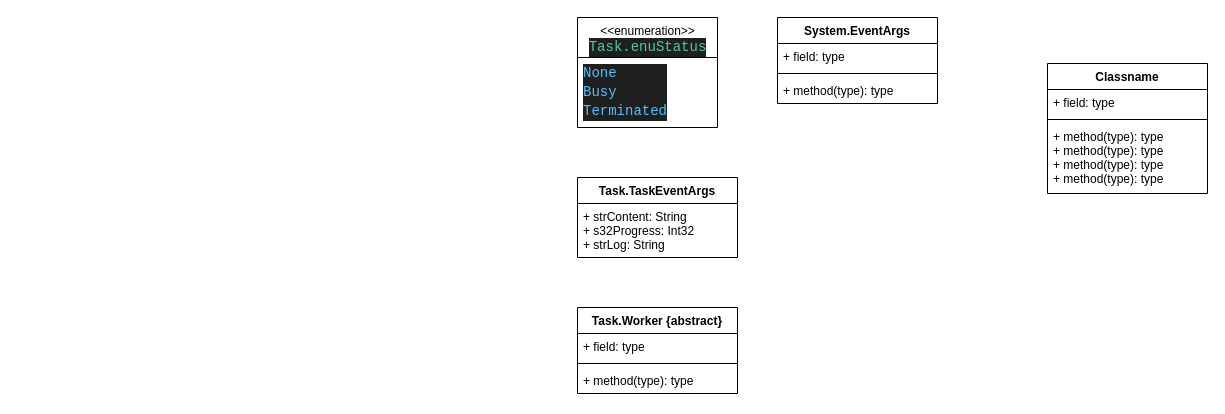
Before: page "Page-1" (1 of 2) of _doc/UML/ClassDiagram.drawio in gtuja/WPF, a draw.io diagram. Source tidied: cells renumbered, new cells numbered last; positions are measured from the earlier drawing's top-left corner, leaving out a move shared by most shapes. Both pictures are drawn from the tidied source at 100%, with x=0, y=0 at pixel (577, 17).
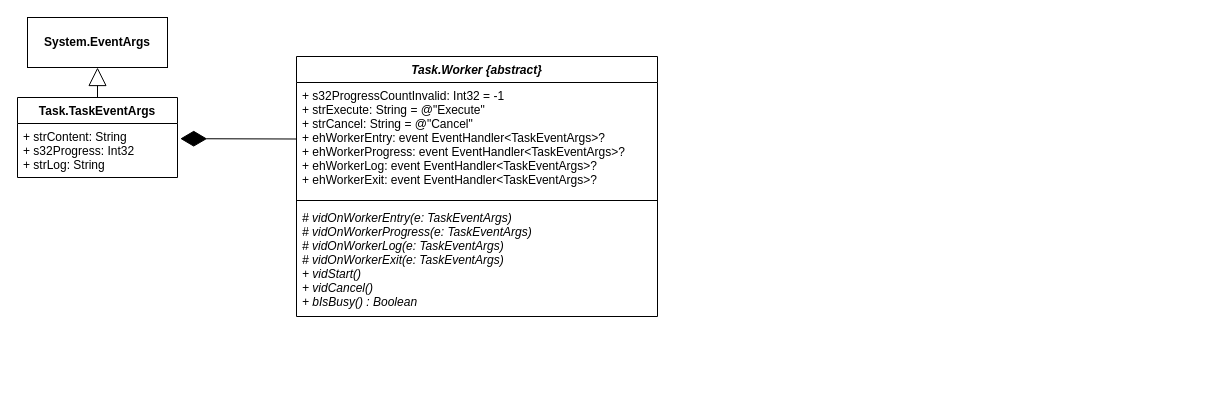
The same page after the edit.

Commit message (it also covers changes not shown here):
[Issue002] Modified Task classes according to ClassDiagram.drawio.

What changed in the source:
```diff
@@
 <mxGraphModel>
   <root>
     <mxCell id="0" />
     <mxCell id="1" parent="0" />
     <mxCell id="2" value="Task.TaskEventArgs" style="swimlane;fontStyle=1;align=center;verticalAlign=top;horizontal=1;startSize=26;" parent="1" vertex="1">
-      <mxGeometry y="160" width="160" height="80" as="geometry" />
+      <mxGeometry x="-560" y="80" width="160" height="80" as="geometry" />
     </mxCell>
     <mxCell id="3" value="+ strContent: String&#10;+ s32Progress: Int32&#10;+ strLog: String" style="text;strokeColor=none;fillColor=none;align=left;verticalAlign=top;spacingLeft=4;spacingRight=4;overflow=hidden;points=[[0,0.5],[1,0.5]];portConstraint=eastwest;" parent="2" vertex="1">
       <mxGeometry y="26" width="160" height="54" as="geometry" />
     </mxCell>
-    <mxCell id="4" value="Classname" style="swimlane;fontStyle=1;align=center;verticalAlign=top;horizontal=1;startSize=26;" parent="1" vertex="1">
-      <mxGeometry x="470" y="46" width="160" height="130" as="geometry" />
-    </mxCell>
-    <mxCell id="5" value="+ field: type" style="text;strokeColor=none;fillColor=none;align=left;verticalAlign=top;spacingLeft=4;spacingRight=4;overflow=hidden;" parent="4" vertex="1">
-      <mxGeometry y="26" width="160" height="26" as="geometry" />
-    </mxCell>
-    <mxCell id="6" style="line;strokeWidth=1;fillColor=none;align=left;verticalAlign=middle;spacingTop=-1;spacingLeft=3;spacingRight=3;labelPosition=right;strokeColor=inherit;" parent="4" vertex="1">
-      <mxGeometry y="52" width="160" height="8" as="geometry" />
-    </mxCell>
-    <mxCell id="7" value="+ method(type): type&#10;+ method(type): type&#10;+ method(type): type&#10;+ method(type): type" style="text;strokeColor=none;fillColor=none;align=left;verticalAlign=top;spacingLeft=4;spacingRight=4;overflow=hidden;" parent="4" vertex="1">
-      <mxGeometry y="60" width="160" height="70" as="geometry" />
-    </mxCell>
-    <mxCell id="8" value="&amp;lt;&amp;lt;enumeration&amp;gt;&amp;gt;&lt;br&gt;&lt;div style=&quot;color: rgb(204, 204, 204); background-color: rgb(31, 31, 31); font-family: Consolas, &amp;quot;Courier New&amp;quot;, monospace; font-size: 14px; line-height: 19px;&quot;&gt;&lt;span style=&quot;color: #4ec9b0;&quot;&gt;Task.enuStatus&lt;/span&gt;&lt;/div&gt;" style="swimlane;fontStyle=0;align=center;verticalAlign=top;horizontal=1;startSize=40;html=1;" parent="1" vertex="1">
-      <mxGeometry width="140" height="110" as="geometry" />
-    </mxCell>
-    <mxCell id="9" value="&lt;div style=&quot;color: rgb(204, 204, 204); background-color: rgb(31, 31, 31); font-family: Consolas, &amp;quot;Courier New&amp;quot;, monospace; font-size: 14px; line-height: 19px;&quot;&gt;&lt;span style=&quot;color: #4fc1ff;&quot;&gt;None&lt;/span&gt;&lt;/div&gt;&lt;div style=&quot;color: rgb(204, 204, 204); background-color: rgb(31, 31, 31); font-family: Consolas, &amp;quot;Courier New&amp;quot;, monospace; font-size: 14px; line-height: 19px;&quot;&gt;&lt;div style=&quot;line-height: 19px;&quot;&gt;&lt;span style=&quot;color: #4fc1ff;&quot;&gt;Busy&lt;/span&gt;&lt;/div&gt;&lt;div style=&quot;line-height: 19px;&quot;&gt;&lt;div style=&quot;line-height: 19px;&quot;&gt;&lt;span style=&quot;color: #4fc1ff;&quot;&gt;Terminated&lt;/span&gt;&lt;/div&gt;&lt;/div&gt;&lt;/div&gt;" style="text;html=1;strokeColor=none;fillColor=none;align=left;verticalAlign=middle;spacingLeft=4;spacingRight=4;overflow=hidden;" parent="8" vertex="1">
-      <mxGeometry y="40" width="140" height="70" as="geometry" />
-    </mxCell>
-    <mxCell id="10" value="Task.Worker {abstract}" style="swimlane;fontStyle=1;align=center;verticalAlign=top;horizontal=1;startSize=26;" parent="1" vertex="1">
-      <mxGeometry y="290" width="160" height="86" as="geometry" />
+    <mxCell id="10" value="Task.Worker {abstract}" style="swimlane;fontStyle=3;align=center;verticalAlign=top;horizontal=1;startSize=26;" parent="1" vertex="1">
+      <mxGeometry x="-281" y="39" width="361" height="260" as="geometry" />
     </mxCell>
-    <mxCell id="11" value="+ field: type" style="text;strokeColor=none;fillColor=none;align=left;verticalAlign=top;spacingLeft=4;spacingRight=4;overflow=hidden;points=[[0,0.5],[1,0.5]];portConstraint=eastwest;" parent="10" vertex="1">
-      <mxGeometry y="26" width="160" height="26" as="geometry" />
+    <mxCell id="11" value="+ s32ProgressCountInvalid: Int32 = -1&#10;+ strExecute: String = @&quot;Execute&quot;&#10;+ strCancel: String = @&quot;Cancel&quot;&#10;+ ehWorkerEntry: event EventHandler&lt;TaskEventArgs&gt;?&#10;+ ehWorkerProgress: event EventHandler&lt;TaskEventArgs&gt;?&#10;+ ehWorkerLog: event EventHandler&lt;TaskEventArgs&gt;?&#10;+ ehWorkerExit: event EventHandler&lt;TaskEventArgs&gt;?" style="text;strokeColor=none;fillColor=none;align=left;verticalAlign=top;spacingLeft=4;spacingRight=4;overflow=hidden;points=[[0,0.5],[1,0.5]];portConstraint=eastwest;fontStyle=0;" parent="10" vertex="1">
+      <mxGeometry y="26" width="361" height="114" as="geometry" />
     </mxCell>
     <mxCell id="12" style="line;strokeWidth=1;fillColor=none;align=left;verticalAlign=middle;spacingTop=-1;spacingLeft=3;spacingRight=3;labelPosition=right;strokeColor=inherit;" parent="10" vertex="1">
-      <mxGeometry y="52" width="160" height="8" as="geometry" />
+      <mxGeometry y="140" width="361" height="8" as="geometry" />
     </mxCell>
-    <mxCell id="13" value="+ method(type): type" style="text;strokeColor=none;fillColor=none;align=left;verticalAlign=top;spacingLeft=4;spacingRight=4;overflow=hidden;" parent="10" vertex="1">
-      <mxGeometry y="60" width="160" height="26" as="geometry" />
+    <mxCell id="13" value="# vidOnWorkerEntry(e: TaskEventArgs)&#10;# vidOnWorkerProgress(e: TaskEventArgs)&#10;# vidOnWorkerLog(e: TaskEventArgs)&#10;# vidOnWorkerExit(e: TaskEventArgs)&#10;+ vidStart()&#10;+ vidCancel()&#10;+ bIsBusy() : Boolean" style="text;strokeColor=none;fillColor=none;align=left;verticalAlign=top;spacingLeft=4;spacingRight=4;overflow=hidden;fontStyle=2;" parent="10" vertex="1">
+      <mxGeometry y="148" width="361" height="112" as="geometry" />
     </mxCell>
-    <mxCell id="14" value="System.EventArgs" style="swimlane;fontStyle=1;align=center;verticalAlign=top;horizontal=1;startSize=26;" parent="1" vertex="1">
-      <mxGeometry x="200" width="160" height="86" as="geometry" />
+    <mxCell id="14" value="&lt;p style=&quot;margin:0px;margin-top:4px;text-align:center;&quot;&gt;&lt;br&gt;&lt;b&gt;System.EventArgs&lt;/b&gt;&lt;/p&gt;" style="verticalAlign=top;align=left;overflow=fill;fontSize=12;fontFamily=Helvetica;html=1;" parent="1" vertex="1">
+      <mxGeometry x="-550" width="140" height="50" as="geometry" />
     </mxCell>
-    <mxCell id="15" value="+ field: type" style="text;strokeColor=none;fillColor=none;align=left;verticalAlign=top;spacingLeft=4;spacingRight=4;overflow=hidden;" parent="14" vertex="1">
-      <mxGeometry y="26" width="160" height="26" as="geometry" />
-    </mxCell>
-    <mxCell id="16" style="line;strokeWidth=1;fillColor=none;align=left;verticalAlign=middle;spacingTop=-1;spacingLeft=3;spacingRight=3;labelPosition=right;strokeColor=inherit;" parent="14" vertex="1">
-      <mxGeometry y="52" width="160" height="8" as="geometry" />
-    </mxCell>
-    <mxCell id="17" value="+ method(type): type" style="text;strokeColor=none;fillColor=none;align=left;verticalAlign=top;spacingLeft=4;spacingRight=4;overflow=hidden;" parent="14" vertex="1">
-      <mxGeometry y="60" width="160" height="26" as="geometry" />
-    </mxCell>
+    <mxCell id="18" style="endArrow=block;endSize=16;endFill=0;html=1;entryX=0.5;entryY=1;entryDx=0;entryDy=0;exitX=0.5;exitY=0;exitDx=0;exitDy=0;" parent="1" edge="1" source="2" target="14">
+      <mxGeometry relative="1" as="geometry" />
+    </mxCell>
+    <mxCell id="19" style="endArrow=diamondThin;endFill=1;endSize=24;html=1;entryX=1.017;entryY=0.281;entryDx=0;entryDy=0;entryPerimeter=0;" parent="1" edge="1" source="11" target="3">
+      <mxGeometry relative="1" as="geometry" />
+    </mxCell>
   </root>
 </mxGraphModel>
```
